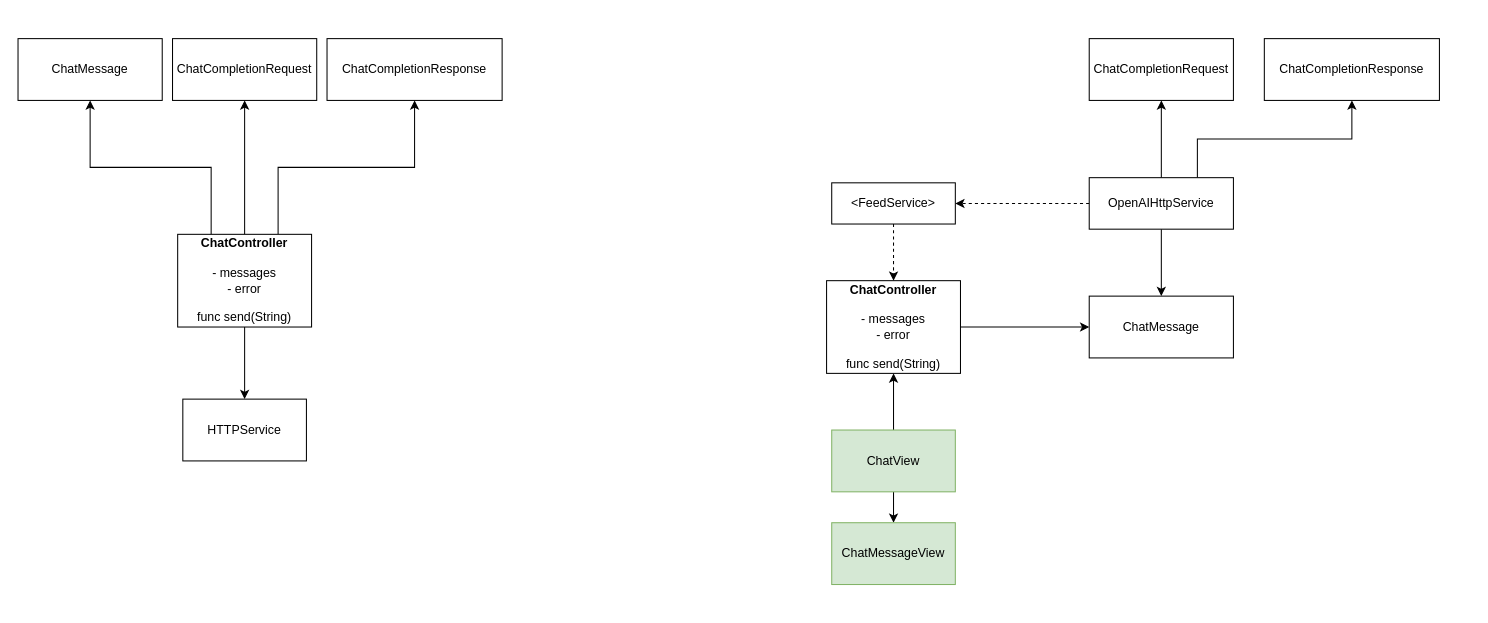
Earlier version of the draw.io diagram DependencyChart.drawio (atmamont/OpenAIBuddy). Source tidied: cells renumbered, new cells numbered last; positions are measured from the earlier drawing's top-left corner, leaving out a move shared by most shapes. Both pictures are drawn from the tidied source at 103%, with x=0, y=0 at pixel (18, 38).
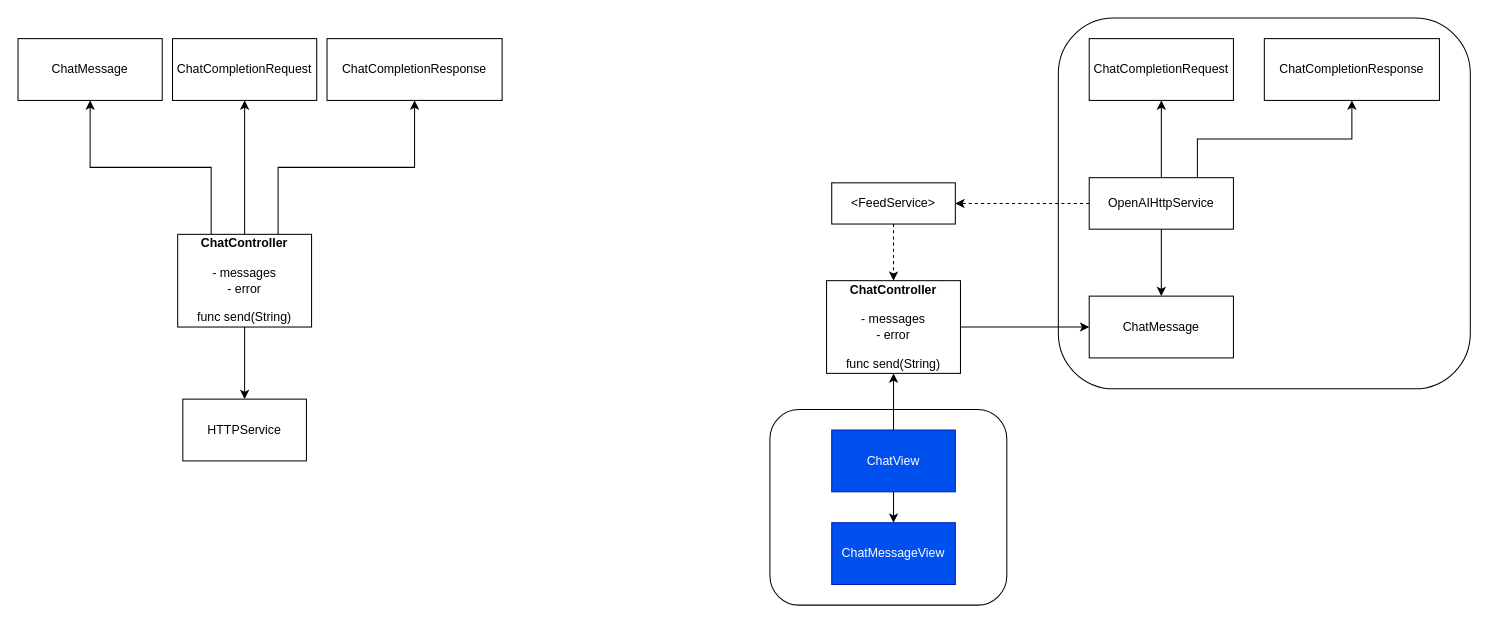
Above is the later version.

Diff of the diagram source:
```diff
@@
+    <mxCell id="24" style="edgeStyle=orthogonalEdgeStyle;rounded=0;jettySize=auto;html=1;" parent="1" edge="1" source="25" target="26">
+      <mxGeometry relative="1" as="geometry" />
+    </mxCell>
@@
-    <mxCell id="24" style="edgeStyle=orthogonalEdgeStyle;rounded=0;jettySize=auto;html=1;" parent="1" edge="1" source="25" target="26">
-      <mxGeometry relative="1" as="geometry" />
-    </mxCell>
+    <mxCell id="27" style="rounded=1;whiteSpace=wrap;html=1;fillColor=none;" parent="1" vertex="1">
+      <mxGeometry x="1010" y="-20" width="400" height="360" as="geometry" />
+    </mxCell>
+    <mxCell id="28" style="rounded=1;whiteSpace=wrap;html=1;fillColor=none;" parent="1" vertex="1">
+      <mxGeometry x="730" y="360" width="230" height="190" as="geometry" />
+    </mxCell>
-    <mxCell id="25" value="ChatView" style="rounded=0;whiteSpace=wrap;html=1;fillColor=#d5e8d4;strokeColor=#82b366;" parent="1" vertex="1">
+    <mxCell id="25" value="ChatView" style="rounded=0;whiteSpace=wrap;html=1;fillColor=#0050ef;strokeColor=#001DBC;fontColor=#ffffff;" parent="1" vertex="1">
       <mxGeometry x="790" y="380" width="120" height="60" as="geometry" />
     </mxCell>
-    <mxCell id="26" value="ChatMessageView" style="rounded=0;whiteSpace=wrap;html=1;fillColor=#d5e8d4;strokeColor=#82b366;" parent="1" vertex="1">
+    <mxCell id="26" value="ChatMessageView" style="rounded=0;whiteSpace=wrap;html=1;fillColor=#0050ef;strokeColor=#001DBC;fontColor=#ffffff;" parent="1" vertex="1">
       <mxGeometry x="790" y="470" width="120" height="60" as="geometry" />
     </mxCell>
```
